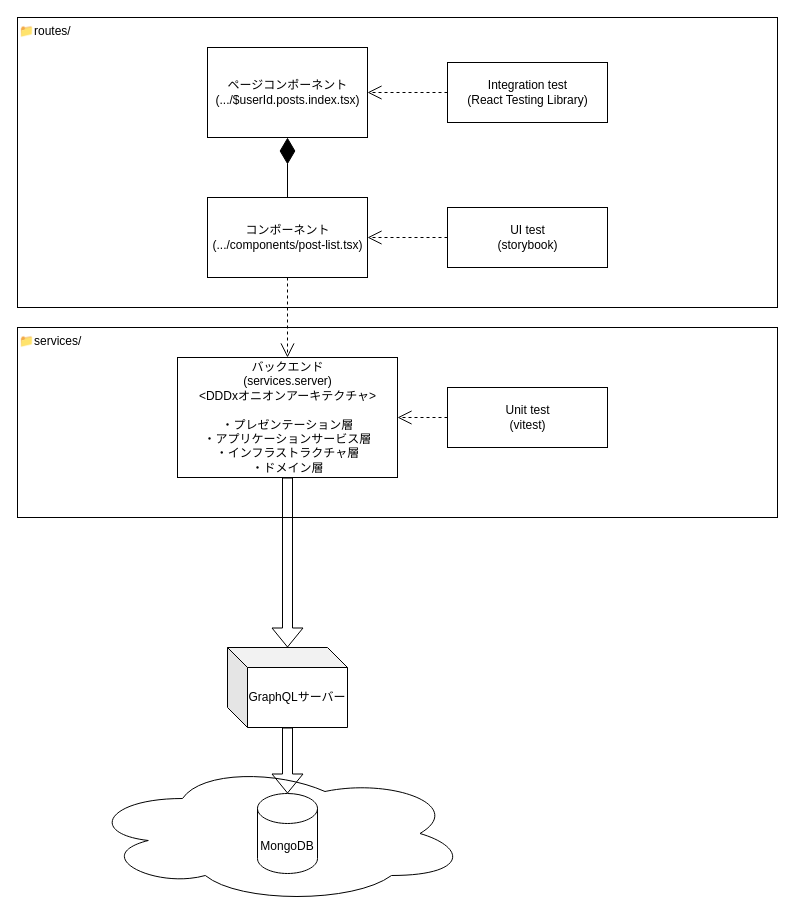
Above: page "アーキテクチャ" (1 of 7) of docs/app-design/010-app-design.drawio in atman-33/computing-atman-v6-mk2 (draw.io), before the change. Source tidied: cells renumbered, new cells numbered last; positions are measured from the earlier drawing's top-left corner, leaving out a move shared by most shapes. Both pictures are drawn from the tidied source at 100%, with x=0, y=0 at pixel (17, 17).
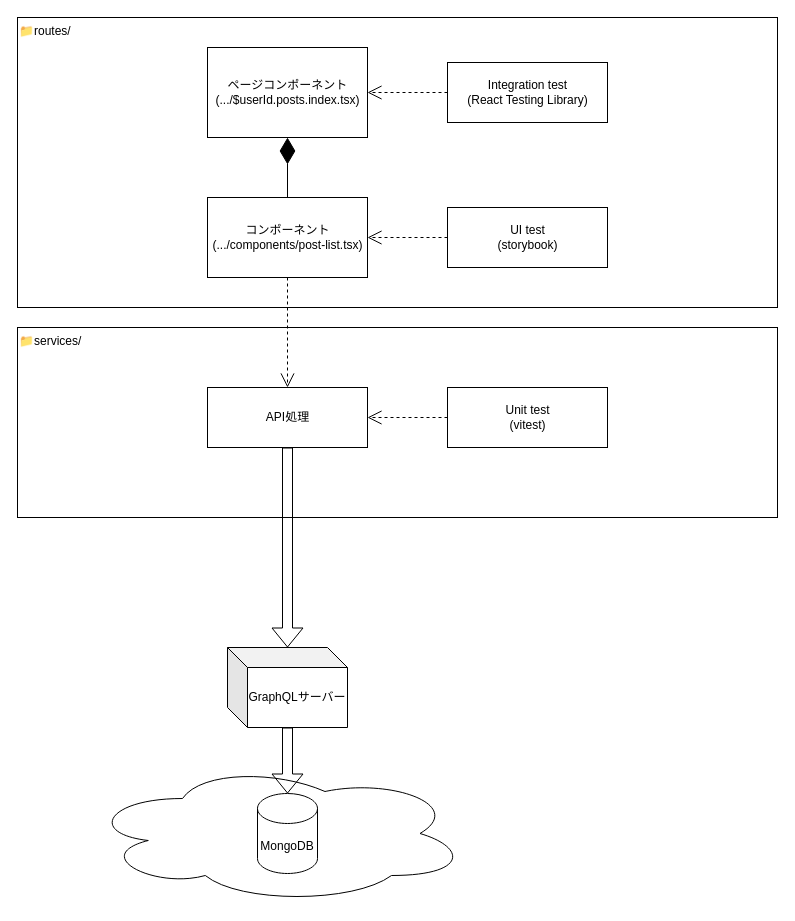
The same page after the edit.

The edit, as a diff of the source:
```diff
@@
 <mxGraphModel>
   <root>
     <mxCell id="0" />
     <mxCell id="1" parent="0" />
     <mxCell id="2" value="📁routes/" style="rounded=0;whiteSpace=wrap;html=1;fillColor=none;align=left;verticalAlign=top;" parent="1" vertex="1">
       <mxGeometry width="760" height="290" as="geometry" />
     </mxCell>
     <mxCell id="3" value="📁services/" style="rounded=0;whiteSpace=wrap;html=1;fillColor=none;align=left;verticalAlign=top;" parent="1" vertex="1">
       <mxGeometry y="310" width="760" height="190" as="geometry" />
     </mxCell>
     <mxCell id="4" value="ページコンポーネント&lt;br&gt;(.../$userId.posts.index.tsx)" style="rounded=0;html=1;" parent="1" vertex="1">
       <mxGeometry x="190" y="30" width="160" height="90" as="geometry" />
     </mxCell>
     <mxCell id="5" value="コンポーネント&lt;br&gt;(.../components/post-list.tsx)" style="rounded=0;html=1;" parent="1" vertex="1">
       <mxGeometry x="190" y="180" width="160" height="80" as="geometry" />
     </mxCell>
-    <mxCell id="6" value="バックエンド&lt;br&gt;(services.server)&lt;br&gt;&amp;lt;DDDxオニオンアーキテクチャ&amp;gt;&lt;br&gt;&lt;br&gt;・プレゼンテーション層&lt;br&gt;・アプリケーションサービス層&lt;br&gt;・インフラストラクチャ層&lt;br&gt;・ドメイン層" style="rounded=0;html=1;" parent="1" vertex="1">
-      <mxGeometry x="160" y="340" width="220" height="120" as="geometry" />
+    <mxCell id="6" value="API処理" style="rounded=0;html=1;" parent="1" vertex="1">
+      <mxGeometry x="190" y="370" width="160" height="60" as="geometry" />
     </mxCell>
     <mxCell id="7" value="GraphQLサーバー" style="shape=cube;whiteSpace=wrap;html=1;boundedLbl=1;backgroundOutline=1;darkOpacity=0.05;darkOpacity2=0.1;fillColor=default;" parent="1" vertex="1">
       <mxGeometry x="210" y="630" width="120" height="80" as="geometry" />
     </mxCell>
     <mxCell id="8" style="ellipse;shape=cloud;whiteSpace=wrap;html=1;fillColor=default;" parent="1" vertex="1">
       <mxGeometry x="70" y="746" width="380" height="140" as="geometry" />
     </mxCell>
     <mxCell id="9" value="MongoDB" style="shape=cylinder3;whiteSpace=wrap;html=1;boundedLbl=1;backgroundOutline=1;size=15;fillColor=default;" parent="1" vertex="1">
       <mxGeometry x="240" y="776" width="60" height="80" as="geometry" />
     </mxCell>
     <mxCell id="10" style="endArrow=diamondThin;endFill=1;endSize=24;html=1;" parent="1" edge="1" source="5" target="4">
       <mxGeometry relative="1" as="geometry" />
     </mxCell>
     <mxCell id="11" style="endArrow=open;endSize=12;dashed=1;html=1;" parent="1" edge="1" source="5" target="6">
       <mxGeometry relative="1" as="geometry" />
     </mxCell>
     <mxCell id="12" style="shape=flexArrow;endArrow=classic;html=1;" parent="1" edge="1" source="6" target="7">
       <mxGeometry relative="1" as="geometry" />
     </mxCell>
     <mxCell id="13" style="shape=flexArrow;endArrow=classic;html=1;" parent="1" edge="1" source="7" target="9">
       <mxGeometry relative="1" as="geometry" />
     </mxCell>
     <mxCell id="14" value="Integration test&lt;br&gt;(React Testing Library)" style="rounded=0;html=1;" parent="1" vertex="1">
       <mxGeometry x="430" y="45" width="160" height="60" as="geometry" />
     </mxCell>
     <mxCell id="15" value="UI test&lt;br&gt;(storybook)" style="rounded=0;html=1;" parent="1" vertex="1">
       <mxGeometry x="430" y="190" width="160" height="60" as="geometry" />
     </mxCell>
     <mxCell id="16" value="Unit test&lt;br&gt;(vitest)" style="rounded=0;html=1;" parent="1" vertex="1">
       <mxGeometry x="430" y="370" width="160" height="60" as="geometry" />
     </mxCell>
     <mxCell id="17" style="endArrow=open;endSize=12;dashed=1;html=1;" parent="1" edge="1" source="14" target="4">
       <mxGeometry relative="1" as="geometry" />
     </mxCell>
     <mxCell id="18" style="endArrow=open;endSize=12;dashed=1;html=1;" parent="1" edge="1" source="15" target="5">
       <mxGeometry relative="1" as="geometry" />
     </mxCell>
     <mxCell id="19" style="endArrow=open;endSize=12;dashed=1;html=1;" parent="1" edge="1" source="16" target="6">
       <mxGeometry relative="1" as="geometry" />
     </mxCell>
   </root>
 </mxGraphModel>
```
